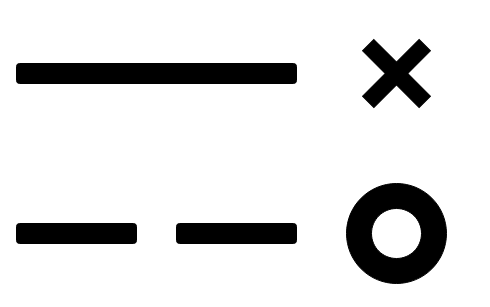
This is liuyao.drawio from crazyStrome/myPhote, a draw.io file, before an edit. Source tidied: cells renumbered, new cells numbered last; positions are measured from the earlier drawing's top-left corner, leaving out a move shared by most shapes. Both pictures are drawn from the tidied source at 100%, with x=0, y=0 at pixel (16, 33).
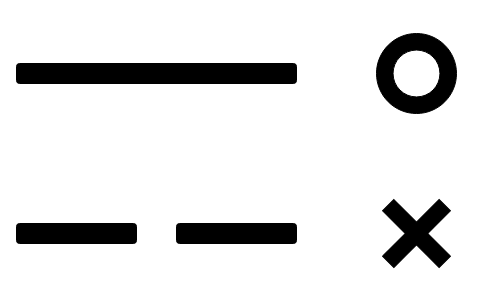
After the change.

Change to the diagram source:
```diff
@@
 <mxGraphModel>
   <root>
     <mxCell id="0" />
     <mxCell id="1" parent="0" />
     <mxCell id="2" style="rounded=1;whiteSpace=wrap;html=1;gradientColor=none;fillColor=#000000;" parent="1" vertex="1">
       <mxGeometry y="190" width="120" height="20" as="geometry" />
     </mxCell>
     <mxCell id="3" style="rounded=1;whiteSpace=wrap;html=1;gradientColor=none;fillColor=#000000;" parent="1" vertex="1">
       <mxGeometry x="160" y="190" width="120" height="20" as="geometry" />
     </mxCell>
     <mxCell id="4" style="rounded=1;whiteSpace=wrap;html=1;gradientColor=none;fillColor=#000000;" parent="1" vertex="1">
       <mxGeometry y="30" width="280" height="20" as="geometry" />
     </mxCell>
     <mxCell id="5" style="shape=cross;whiteSpace=wrap;html=1;rotation=45;strokeColor=#000000;fillColor=#000000;" parent="1" vertex="1">
-      <mxGeometry x="340" width="80" height="80" as="geometry" />
+      <mxGeometry x="360" y="160" width="80" height="80" as="geometry" />
     </mxCell>
-    <mxCell id="6" style="verticalLabelPosition=bottom;verticalAlign=top;html=1;shape=mxgraph.basic.donut;dx=25;fillColor=#000000;" parent="1" vertex="1">
-      <mxGeometry x="330" y="150" width="100" height="100" as="geometry" />
+    <mxCell id="6" style="verticalLabelPosition=bottom;verticalAlign=top;html=1;shape=mxgraph.basic.donut;dx=16.56;fillColor=#000000;" parent="1" vertex="1">
+      <mxGeometry x="360" width="80" height="80" as="geometry" />
     </mxCell>
   </root>
 </mxGraphModel>
```
